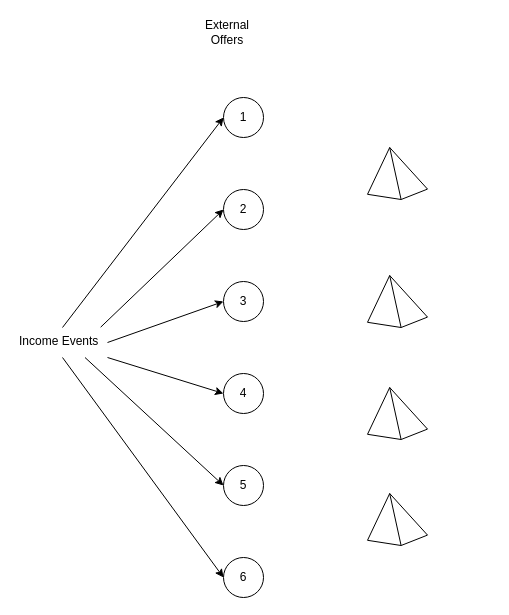
Earlier version of the draw.io diagram plinket_board_prism.drawio (farscapian/roygbiv). Source tidied: cells renumbered, new cells numbered last; positions are measured from the earlier drawing's top-left corner, leaving out a move shared by most shapes. Both pictures are drawn from the tidied source at 100%, with x=0, y=0 at pixel (17, 17).
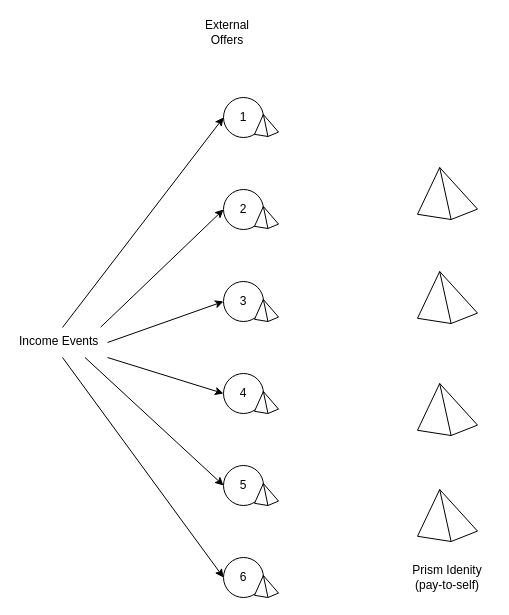
The same diagram, later.

Change to the diagram source:
```diff
@@
     <mxCell id="8" style="verticalLabelPosition=bottom;verticalAlign=top;html=1;shape=mxgraph.basic.pyramid;dx1=0.37;dx2=0.56;dy1=0.9;dy2=0.8;" parent="1" vertex="1">
-      <mxGeometry x="350" y="130" width="60" height="52" as="geometry" />
+      <mxGeometry x="400" y="150" width="60" height="52" as="geometry" />
     </mxCell>
     <mxCell id="9" style="verticalLabelPosition=bottom;verticalAlign=top;html=1;shape=mxgraph.basic.pyramid;dx1=0.37;dx2=0.56;dy1=0.9;dy2=0.8;" parent="1" vertex="1">
-      <mxGeometry x="350" y="258" width="60" height="52" as="geometry" />
+      <mxGeometry x="400" y="254" width="60" height="52" as="geometry" />
     </mxCell>
     <mxCell id="10" style="verticalLabelPosition=bottom;verticalAlign=top;html=1;shape=mxgraph.basic.pyramid;dx1=0.37;dx2=0.56;dy1=0.9;dy2=0.8;" parent="1" vertex="1">
-      <mxGeometry x="350" y="370" width="60" height="52" as="geometry" />
+      <mxGeometry x="400" y="366" width="60" height="52" as="geometry" />
     </mxCell>
     <mxCell id="11" style="verticalLabelPosition=bottom;verticalAlign=top;html=1;shape=mxgraph.basic.pyramid;dx1=0.37;dx2=0.56;dy1=0.9;dy2=0.8;" parent="1" vertex="1">
-      <mxGeometry x="350" y="476" width="60" height="52" as="geometry" />
+      <mxGeometry x="400" y="472" width="60" height="52" as="geometry" />
     </mxCell>
@@
+    <mxCell id="20" value="Prism Idenity (pay-to-self)" style="text;html=1;align=center;verticalAlign=middle;whiteSpace=wrap;rounded=0;" parent="1" vertex="1">
+      <mxGeometry x="385" y="545" width="90" height="30" as="geometry" />
+    </mxCell>
+    <mxCell id="21" style="verticalLabelPosition=bottom;verticalAlign=top;html=1;shape=mxgraph.basic.pyramid;dx1=0.37;dx2=0.56;dy1=0.9;dy2=0.8;" parent="1" vertex="1">
+      <mxGeometry x="237" y="97" width="24" height="22" as="geometry" />
+    </mxCell>
+    <mxCell id="22" style="verticalLabelPosition=bottom;verticalAlign=top;html=1;shape=mxgraph.basic.pyramid;dx1=0.37;dx2=0.56;dy1=0.9;dy2=0.8;" parent="1" vertex="1">
+      <mxGeometry x="237" y="189" width="24" height="22" as="geometry" />
+    </mxCell>
+    <mxCell id="23" style="verticalLabelPosition=bottom;verticalAlign=top;html=1;shape=mxgraph.basic.pyramid;dx1=0.37;dx2=0.56;dy1=0.9;dy2=0.8;" parent="1" vertex="1">
+      <mxGeometry x="237" y="282" width="24" height="22" as="geometry" />
+    </mxCell>
+    <mxCell id="24" style="verticalLabelPosition=bottom;verticalAlign=top;html=1;shape=mxgraph.basic.pyramid;dx1=0.37;dx2=0.56;dy1=0.9;dy2=0.8;" parent="1" vertex="1">
+      <mxGeometry x="237" y="374" width="24" height="22" as="geometry" />
+    </mxCell>
+    <mxCell id="25" style="verticalLabelPosition=bottom;verticalAlign=top;html=1;shape=mxgraph.basic.pyramid;dx1=0.37;dx2=0.56;dy1=0.9;dy2=0.8;" parent="1" vertex="1">
+      <mxGeometry x="237" y="466" width="24" height="22" as="geometry" />
+    </mxCell>
+    <mxCell id="26" style="verticalLabelPosition=bottom;verticalAlign=top;html=1;shape=mxgraph.basic.pyramid;dx1=0.37;dx2=0.56;dy1=0.9;dy2=0.8;" parent="1" vertex="1">
+      <mxGeometry x="237" y="558" width="24" height="22" as="geometry" />
+    </mxCell>
```
